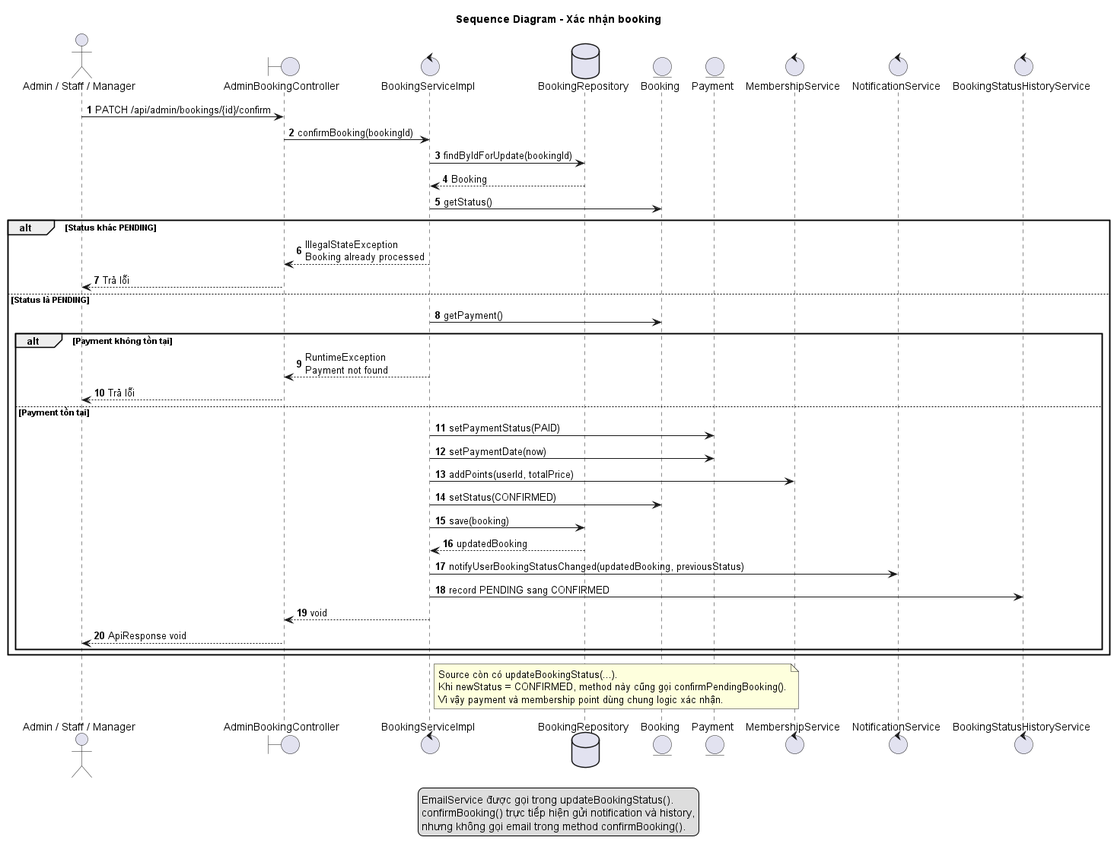
Earlier version of the PlantUML export docs/images/07-sequence-confirm-booking/07-sequence-confirm-booking.png (KyAnhhh/football-booking-system). Source of this version:
```plantuml
@startuml
title Sequence Diagram - Xác nhận booking

skinparam shadowing false
autonumber

actor "Admin / Staff / Manager" as ADMIN
boundary "AdminBookingController" as CTRL
control "BookingServiceImpl" as BOOKING_SERVICE
database "BookingRepository" as BOOKING_REPO
entity "Booking" as BOOKING
entity "Payment" as PAYMENT
control "MembershipService" as MEMBERSHIP_SERVICE
control "NotificationService" as NOTIFICATION_SERVICE
control "BookingStatusHistoryService" as HISTORY_SERVICE

ADMIN -> CTRL : PATCH /api/admin/bookings/{id}/confirm
CTRL -> BOOKING_SERVICE : confirmBooking(bookingId)

BOOKING_SERVICE -> BOOKING_REPO : findByIdForUpdate(bookingId)
BOOKING_REPO --> BOOKING_SERVICE : Booking

BOOKING_SERVICE -> BOOKING : getStatus()

alt Status khác PENDING
  BOOKING_SERVICE --> CTRL : IllegalStateException\nBooking already processed
  CTRL --> ADMIN : Trả lỗi
else Status là PENDING
  BOOKING_SERVICE -> BOOKING : getPayment()

  alt Payment không tồn tại
    BOOKING_SERVICE --> CTRL : RuntimeException\nPayment not found
    CTRL --> ADMIN : Trả lỗi
  else Payment tồn tại
    BOOKING_SERVICE -> PAYMENT : setPaymentStatus(PAID)
    BOOKING_SERVICE -> PAYMENT : setPaymentDate(now)
    BOOKING_SERVICE -> MEMBERSHIP_SERVICE : addPoints(userId, totalPrice)
    BOOKING_SERVICE -> BOOKING : setStatus(CONFIRMED)
    BOOKING_SERVICE -> BOOKING_REPO : save(booking)
    BOOKING_REPO --> BOOKING_SERVICE : updatedBooking
    BOOKING_SERVICE -> NOTIFICATION_SERVICE : notifyUserBookingStatusChanged(updatedBooking, previousStatus)
    BOOKING_SERVICE -> HISTORY_SERVICE : record PENDING sang CONFIRMED
    BOOKING_SERVICE --> CTRL : void
    CTRL --> ADMIN : ApiResponse void
  end
end

note right of BOOKING_SERVICE
  Source còn có updateBookingStatus(...).
  Khi newStatus = CONFIRMED, method này cũng gọi confirmPendingBooking().
  Vì vậy payment và membership point dùng chung logic xác nhận.
end note

legend bottom
  EmailService được gọi trong updateBookingStatus().
  confirmBooking() trực tiếp hiện gửi notification và history,
  nhưng không gọi email trong method confirmBooking().
endlegend

@enduml
```
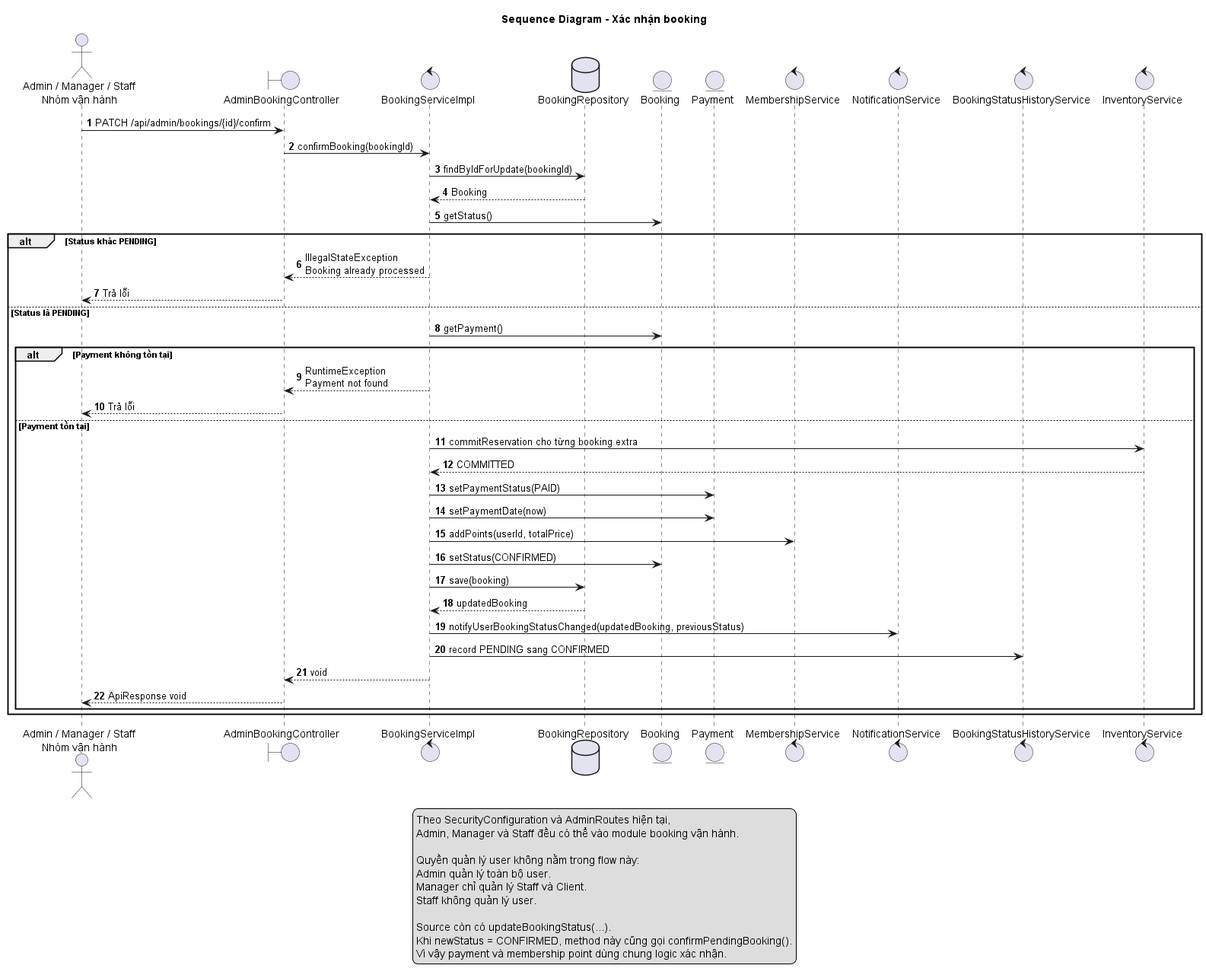
After the change.

What changed in the source:
```diff
@@ -4,7 +4,7 @@
 skinparam shadowing false
 autonumber
 
-actor "Admin / Staff / Manager" as ADMIN
+actor "Admin / Manager / Staff\nNhóm vận hành" as OPERATOR
 boundary "AdminBookingController" as CTRL
 control "BookingServiceImpl" as BOOKING_SERVICE
 database "BookingRepository" as BOOKING_REPO
@@ -13,8 +13,9 @@
 control "MembershipService" as MEMBERSHIP_SERVICE
 control "NotificationService" as NOTIFICATION_SERVICE
 control "BookingStatusHistoryService" as HISTORY_SERVICE
+control "InventoryService" as INVENTORY_SERVICE
 
-ADMIN -> CTRL : PATCH /api/admin/bookings/{id}/confirm
+OPERATOR -> CTRL : PATCH /api/admin/bookings/{id}/confirm
 CTRL -> BOOKING_SERVICE : confirmBooking(bookingId)
 
 BOOKING_SERVICE -> BOOKING_REPO : findByIdForUpdate(bookingId)
@@ -24,14 +25,16 @@
 
 alt Status khác PENDING
   BOOKING_SERVICE --> CTRL : IllegalStateException\nBooking already processed
-  CTRL --> ADMIN : Trả lỗi
+  CTRL --> OPERATOR : Trả lỗi
 else Status là PENDING
   BOOKING_SERVICE -> BOOKING : getPayment()
 
   alt Payment không tồn tại
     BOOKING_SERVICE --> CTRL : RuntimeException\nPayment not found
-    CTRL --> ADMIN : Trả lỗi
+    CTRL --> OPERATOR : Trả lỗi
   else Payment tồn tại
+    BOOKING_SERVICE -> INVENTORY_SERVICE : commitReservation cho từng booking extra
+    INVENTORY_SERVICE --> BOOKING_SERVICE : COMMITTED
     BOOKING_SERVICE -> PAYMENT : setPaymentStatus(PAID)
     BOOKING_SERVICE -> PAYMENT : setPaymentDate(now)
     BOOKING_SERVICE -> MEMBERSHIP_SERVICE : addPoints(userId, totalPrice)
@@ -41,20 +44,22 @@
     BOOKING_SERVICE -> NOTIFICATION_SERVICE : notifyUserBookingStatusChanged(updatedBooking, previousStatus)
     BOOKING_SERVICE -> HISTORY_SERVICE : record PENDING sang CONFIRMED
     BOOKING_SERVICE --> CTRL : void
-    CTRL --> ADMIN : ApiResponse void
+    CTRL --> OPERATOR : ApiResponse void
   end
 end
 
-note right of BOOKING_SERVICE
+legend bottom
+  Theo SecurityConfiguration và AdminRoutes hiện tại,
+  Admin, Manager và Staff đều có thể vào module booking vận hành.
+
+  Quyền quản lý user không nằm trong flow này:
+  Admin quản lý toàn bộ user.
+  Manager chỉ quản lý Staff và Client.
+  Staff không quản lý user.
+
   Source còn có updateBookingStatus(...).
   Khi newStatus = CONFIRMED, method này cũng gọi confirmPendingBooking().
   Vì vậy payment và membership point dùng chung logic xác nhận.
-end note
-
-legend bottom
-  EmailService được gọi trong updateBookingStatus().
-  confirmBooking() trực tiếp hiện gửi notification và history,
-  nhưng không gọi email trong method confirmBooking().
 endlegend
 
 @enduml
```
